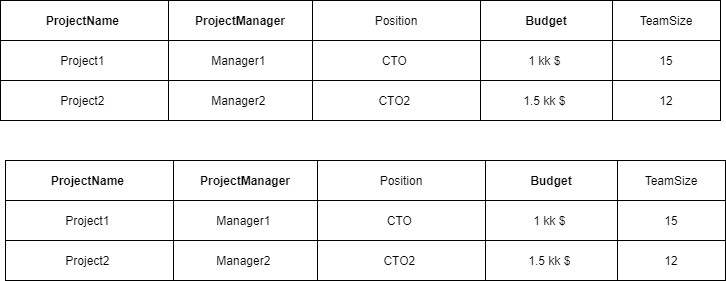
The draw.io diagram lab5/task3.drawio.png in dari-kayoo/Database, before a commit. Source tidied: cells renumbered, new cells last; positions are measured from the earlier drawing's top-left corner, leaving out a move shared by most shapes.
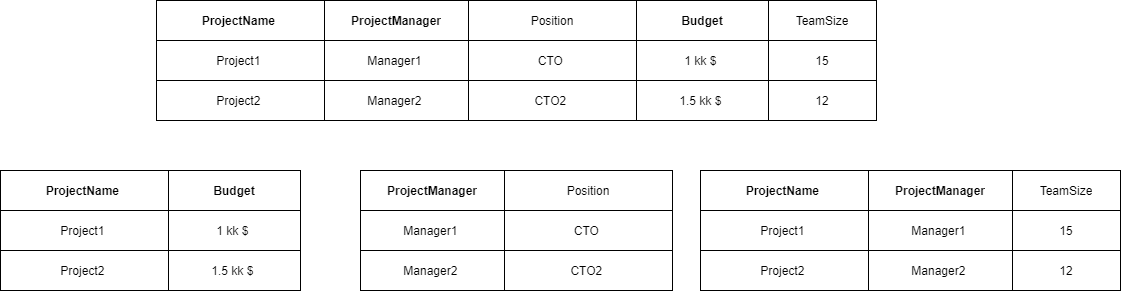
After the commit.

The edit, as a diff of the source:
```diff
@@ -3,7 +3,7 @@
     <mxCell id="0" />
     <mxCell id="1" parent="0" />
     <mxCell id="2" style="shape=table;html=1;whiteSpace=wrap;startSize=0;" parent="1" vertex="1">
-      <mxGeometry width="720" height="120" as="geometry" />
+      <mxGeometry x="-214" width="720" height="120" as="geometry" />
     </mxCell>
     <mxCell id="3" style="shape=partialRectangle;html=1;whiteSpace=wrap;fillColor=none;top=0;left=0;bottom=0;right=0;" parent="2" vertex="1">
       <mxGeometry width="720" height="40" as="geometry" />
@@ -60,61 +60,103 @@
       <mxGeometry x="612" width="108" height="40" as="geometry" />
     </mxCell>
     <mxCell id="21" style="shape=table;html=1;whiteSpace=wrap;startSize=0;" parent="1" vertex="1">
-      <mxGeometry x="5" y="160" width="720" height="120" as="geometry" />
+      <mxGeometry x="-10" y="170" width="312" height="120" as="geometry" />
     </mxCell>
     <mxCell id="22" style="shape=partialRectangle;html=1;whiteSpace=wrap;fillColor=none;top=0;left=0;bottom=0;right=0;" parent="21" vertex="1">
-      <mxGeometry width="720" height="40" as="geometry" />
+      <mxGeometry width="312" height="40" as="geometry" />
     </mxCell>
-    <mxCell id="23" value="ProjectName&amp;nbsp;" style="shape=partialRectangle;html=1;whiteSpace=wrap;fillColor=none;top=0;left=0;bottom=0;right=0;overflow=hidden;fontStyle=1;" parent="22" vertex="1">
-      <mxGeometry width="168" height="40" as="geometry" />
-    </mxCell>
     <mxCell id="24" value="&lt;b&gt;ProjectManager&lt;/b&gt;" style="shape=partialRectangle;html=1;whiteSpace=wrap;fillColor=none;top=0;left=0;bottom=0;right=0;overflow=hidden;" parent="22" vertex="1">
-      <mxGeometry x="168" width="144" height="40" as="geometry" />
+      <mxGeometry width="144" height="40" as="geometry" />
     </mxCell>
     <mxCell id="25" value="Position" style="shape=partialRectangle;html=1;whiteSpace=wrap;fillColor=none;top=0;left=0;bottom=0;right=0;overflow=hidden;" parent="22" vertex="1">
-      <mxGeometry x="312" width="168" height="40" as="geometry" />
+      <mxGeometry x="144" width="168" height="40" as="geometry" />
     </mxCell>
-    <mxCell id="26" value="&lt;b&gt;Budget&lt;/b&gt;" style="shape=partialRectangle;html=1;whiteSpace=wrap;fillColor=none;top=0;left=0;bottom=0;right=0;overflow=hidden;" parent="22" vertex="1">
-      <mxGeometry x="480" width="132" height="40" as="geometry" />
-    </mxCell>
-    <mxCell id="27" value="TeamSize" style="shape=partialRectangle;html=1;whiteSpace=wrap;fillColor=none;top=0;left=0;bottom=0;right=0;overflow=hidden;" parent="22" vertex="1">
-      <mxGeometry x="612" width="108" height="40" as="geometry" />
-    </mxCell>
     <mxCell id="28" style="shape=partialRectangle;html=1;whiteSpace=wrap;fillColor=none;top=0;left=0;bottom=0;right=0;" parent="21" vertex="1">
-      <mxGeometry y="40" width="720" height="40" as="geometry" />
+      <mxGeometry y="40" width="312" height="40" as="geometry" />
     </mxCell>
-    <mxCell id="29" value="Project1&amp;nbsp;" style="shape=partialRectangle;html=1;whiteSpace=wrap;fillColor=none;top=0;left=0;bottom=0;right=0;overflow=hidden;" parent="28" vertex="1">
-      <mxGeometry width="168" height="40" as="geometry" />
-    </mxCell>
     <mxCell id="30" value="Manager1&amp;nbsp;" style="shape=partialRectangle;html=1;whiteSpace=wrap;fillColor=none;top=0;left=0;bottom=0;right=0;overflow=hidden;" parent="28" vertex="1">
-      <mxGeometry x="168" width="144" height="40" as="geometry" />
+      <mxGeometry width="144" height="40" as="geometry" />
     </mxCell>
     <mxCell id="31" value="CTO&amp;nbsp;" style="shape=partialRectangle;html=1;whiteSpace=wrap;fillColor=none;top=0;left=0;bottom=0;right=0;overflow=hidden;" parent="28" vertex="1">
-      <mxGeometry x="312" width="168" height="40" as="geometry" />
+      <mxGeometry x="144" width="168" height="40" as="geometry" />
     </mxCell>
-    <mxCell id="32" value="1 kk $&amp;nbsp;" style="shape=partialRectangle;html=1;whiteSpace=wrap;fillColor=none;top=0;left=0;bottom=0;right=0;overflow=hidden;" parent="28" vertex="1">
-      <mxGeometry x="480" width="132" height="40" as="geometry" />
-    </mxCell>
-    <mxCell id="33" value="15" style="shape=partialRectangle;html=1;whiteSpace=wrap;fillColor=none;top=0;left=0;bottom=0;right=0;overflow=hidden;" parent="28" vertex="1">
-      <mxGeometry x="612" width="108" height="40" as="geometry" />
-    </mxCell>
     <mxCell id="34" style="shape=partialRectangle;html=1;whiteSpace=wrap;fillColor=none;top=0;left=0;bottom=0;right=0;" parent="21" vertex="1">
-      <mxGeometry y="80" width="720" height="40" as="geometry" />
+      <mxGeometry y="80" width="312" height="40" as="geometry" />
     </mxCell>
-    <mxCell id="35" value="Project2&amp;nbsp;" style="shape=partialRectangle;html=1;whiteSpace=wrap;fillColor=none;top=0;left=0;bottom=0;right=0;overflow=hidden;" parent="34" vertex="1">
-      <mxGeometry width="168" height="40" as="geometry" />
-    </mxCell>
     <mxCell id="36" value="Manager2&amp;nbsp;" style="shape=partialRectangle;html=1;whiteSpace=wrap;fillColor=none;top=0;left=0;bottom=0;right=0;overflow=hidden;" parent="34" vertex="1">
-      <mxGeometry x="168" width="144" height="40" as="geometry" />
+      <mxGeometry width="144" height="40" as="geometry" />
     </mxCell>
     <mxCell id="37" value="CTO2&amp;nbsp;" style="shape=partialRectangle;html=1;whiteSpace=wrap;fillColor=none;top=0;left=0;bottom=0;right=0;overflow=hidden;" parent="34" vertex="1">
-      <mxGeometry x="312" width="168" height="40" as="geometry" />
+      <mxGeometry x="144" width="168" height="40" as="geometry" />
     </mxCell>
+    <mxCell id="40" style="shape=table;html=1;whiteSpace=wrap;startSize=0;" parent="1" vertex="1">
+      <mxGeometry x="330" y="170" width="420" height="120" as="geometry" />
+    </mxCell>
+    <mxCell id="41" style="shape=partialRectangle;html=1;whiteSpace=wrap;fillColor=none;top=0;left=0;bottom=0;right=0;" parent="40" vertex="1">
+      <mxGeometry width="420" height="40" as="geometry" />
+    </mxCell>
+    <mxCell id="42" value="ProjectName&amp;nbsp;" style="shape=partialRectangle;html=1;whiteSpace=wrap;fillColor=none;top=0;left=0;bottom=0;right=0;overflow=hidden;fontStyle=1;" parent="41" vertex="1">
+      <mxGeometry width="168" height="40" as="geometry" />
+    </mxCell>
+    <mxCell id="43" value="&lt;b&gt;ProjectManager&lt;/b&gt;" style="shape=partialRectangle;html=1;whiteSpace=wrap;fillColor=none;top=0;left=0;bottom=0;right=0;overflow=hidden;" parent="41" vertex="1">
+      <mxGeometry x="168" width="144" height="40" as="geometry" />
+    </mxCell>
+    <mxCell id="27" value="TeamSize" style="shape=partialRectangle;html=1;whiteSpace=wrap;fillColor=none;top=0;left=0;bottom=0;right=0;overflow=hidden;" parent="41" vertex="1">
+      <mxGeometry x="312" width="108" height="40" as="geometry" />
+    </mxCell>
+    <mxCell id="44" style="shape=partialRectangle;html=1;whiteSpace=wrap;fillColor=none;top=0;left=0;bottom=0;right=0;" parent="40" vertex="1">
+      <mxGeometry y="40" width="420" height="40" as="geometry" />
+    </mxCell>
+    <mxCell id="45" value="Project1&amp;nbsp;" style="shape=partialRectangle;html=1;whiteSpace=wrap;fillColor=none;top=0;left=0;bottom=0;right=0;overflow=hidden;" parent="44" vertex="1">
+      <mxGeometry width="168" height="40" as="geometry" />
+    </mxCell>
+    <mxCell id="46" value="Manager1&amp;nbsp;" style="shape=partialRectangle;html=1;whiteSpace=wrap;fillColor=none;top=0;left=0;bottom=0;right=0;overflow=hidden;" parent="44" vertex="1">
+      <mxGeometry x="168" width="144" height="40" as="geometry" />
+    </mxCell>
+    <mxCell id="33" value="15" style="shape=partialRectangle;html=1;whiteSpace=wrap;fillColor=none;top=0;left=0;bottom=0;right=0;overflow=hidden;" parent="44" vertex="1">
+      <mxGeometry x="312" width="108" height="40" as="geometry" />
+    </mxCell>
+    <mxCell id="47" style="shape=partialRectangle;html=1;whiteSpace=wrap;fillColor=none;top=0;left=0;bottom=0;right=0;" parent="40" vertex="1">
+      <mxGeometry y="80" width="420" height="40" as="geometry" />
+    </mxCell>
+    <mxCell id="48" value="Project2&amp;nbsp;" style="shape=partialRectangle;html=1;whiteSpace=wrap;fillColor=none;top=0;left=0;bottom=0;right=0;overflow=hidden;" parent="47" vertex="1">
+      <mxGeometry width="168" height="40" as="geometry" />
+    </mxCell>
+    <mxCell id="49" value="Manager2&amp;nbsp;" style="shape=partialRectangle;html=1;whiteSpace=wrap;fillColor=none;top=0;left=0;bottom=0;right=0;overflow=hidden;" parent="47" vertex="1">
+      <mxGeometry x="168" width="144" height="40" as="geometry" />
+    </mxCell>
+    <mxCell id="39" value="12" style="shape=partialRectangle;html=1;whiteSpace=wrap;fillColor=none;top=0;left=0;bottom=0;right=0;overflow=hidden;" parent="47" vertex="1">
+      <mxGeometry x="312" width="108" height="40" as="geometry" />
+    </mxCell>
+    <mxCell id="50" style="shape=table;html=1;whiteSpace=wrap;startSize=0;" parent="1" vertex="1">
+      <mxGeometry x="-370" y="170" width="300" height="120" as="geometry" />
+    </mxCell>
+    <mxCell id="51" style="shape=partialRectangle;html=1;whiteSpace=wrap;fillColor=none;top=0;left=0;bottom=0;right=0;" parent="50" vertex="1">
+      <mxGeometry width="300" height="40" as="geometry" />
+    </mxCell>
+    <mxCell id="52" value="ProjectName&amp;nbsp;" style="shape=partialRectangle;html=1;whiteSpace=wrap;fillColor=none;top=0;left=0;bottom=0;right=0;overflow=hidden;fontStyle=1;" parent="51" vertex="1">
+      <mxGeometry width="168" height="40" as="geometry" />
+    </mxCell>
+    <mxCell id="26" value="&lt;b&gt;Budget&lt;/b&gt;" style="shape=partialRectangle;html=1;whiteSpace=wrap;fillColor=none;top=0;left=0;bottom=0;right=0;overflow=hidden;" parent="51" vertex="1">
+      <mxGeometry x="168" width="132" height="40" as="geometry" />
+    </mxCell>
+    <mxCell id="53" style="shape=partialRectangle;html=1;whiteSpace=wrap;fillColor=none;top=0;left=0;bottom=0;right=0;" parent="50" vertex="1">
+      <mxGeometry y="40" width="300" height="40" as="geometry" />
+    </mxCell>
+    <mxCell id="54" value="Project1&amp;nbsp;" style="shape=partialRectangle;html=1;whiteSpace=wrap;fillColor=none;top=0;left=0;bottom=0;right=0;overflow=hidden;" parent="53" vertex="1">
+      <mxGeometry width="168" height="40" as="geometry" />
+    </mxCell>
+    <mxCell id="32" value="1 kk $&amp;nbsp;" style="shape=partialRectangle;html=1;whiteSpace=wrap;fillColor=none;top=0;left=0;bottom=0;right=0;overflow=hidden;" parent="53" vertex="1">
+      <mxGeometry x="168" width="132" height="40" as="geometry" />
+    </mxCell>
+    <mxCell id="55" style="shape=partialRectangle;html=1;whiteSpace=wrap;fillColor=none;top=0;left=0;bottom=0;right=0;" parent="50" vertex="1">
+      <mxGeometry y="80" width="300" height="40" as="geometry" />
+    </mxCell>
+    <mxCell id="56" value="Project2&amp;nbsp;" style="shape=partialRectangle;html=1;whiteSpace=wrap;fillColor=none;top=0;left=0;bottom=0;right=0;overflow=hidden;" parent="55" vertex="1">
+      <mxGeometry width="168" height="40" as="geometry" />
+    </mxCell>
-    <mxCell id="38" value="1.5 kk $&amp;nbsp;" style="shape=partialRectangle;html=1;whiteSpace=wrap;fillColor=none;top=0;left=0;bottom=0;right=0;overflow=hidden;" parent="34" vertex="1">
-      <mxGeometry x="480" width="132" height="40" as="geometry" />
+    <mxCell id="38" value="1.5 kk $&amp;nbsp;" style="shape=partialRectangle;html=1;whiteSpace=wrap;fillColor=none;top=0;left=0;bottom=0;right=0;overflow=hidden;" parent="55" vertex="1">
+      <mxGeometry x="168" width="132" height="40" as="geometry" />
     </mxCell>
-    <mxCell id="39" value="12" style="shape=partialRectangle;html=1;whiteSpace=wrap;fillColor=none;top=0;left=0;bottom=0;right=0;overflow=hidden;" parent="34" vertex="1">
-      <mxGeometry x="612" width="108" height="40" as="geometry" />
-    </mxCell>
   </root>
 </mxGraphModel>
```
